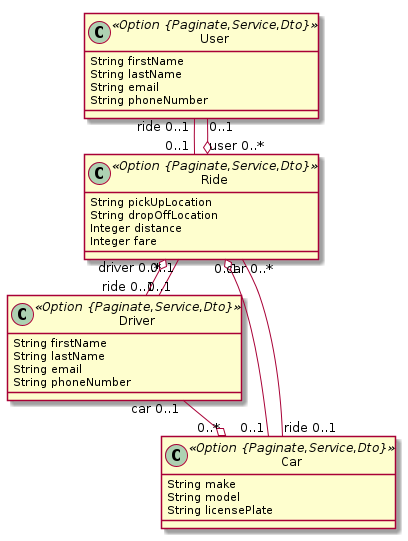
Before: ridesharing.png, a diagram exported from PlantUML (kevintanhongann/jhipster-jdl-collection).
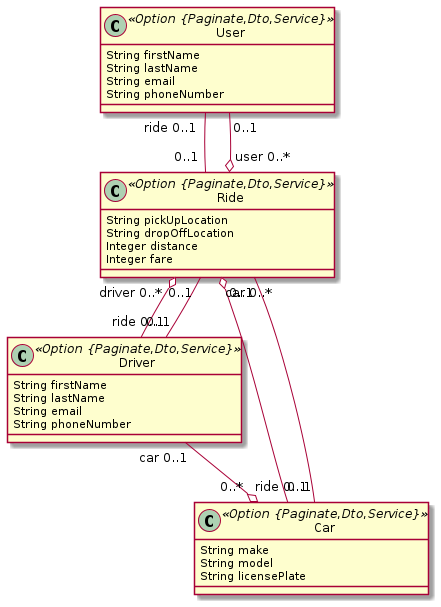
The same file after the commit.

The edit, as a diff of the source:
```diff
@@ -1,24 +1,23 @@
 @startuml
-	!pragma layout smetana
 	!pragma syntax class
-	class User <<Option {Paginate,Service,Dto}>> {
+	class User <<Option {Paginate,Dto,Service}>> {
 		String firstName
 		String lastName
 		String email
 		String phoneNumber
 	}
-	class Driver <<Option {Paginate,Service,Dto}>> {
+	class Driver <<Option {Paginate,Dto,Service}>> {
 		String firstName
 		String lastName
 		String email
 		String phoneNumber
 	}
-	class Car <<Option {Paginate,Service,Dto}>> {
+	class Car <<Option {Paginate,Dto,Service}>> {
 		String make
 		String model
 		String licensePlate
 	}
-	class Ride <<Option {Paginate,Service,Dto}>> {
+	class Ride <<Option {Paginate,Dto,Service}>> {
 		String pickUpLocation
 		String dropOffLocation
 		Integer distance
```
